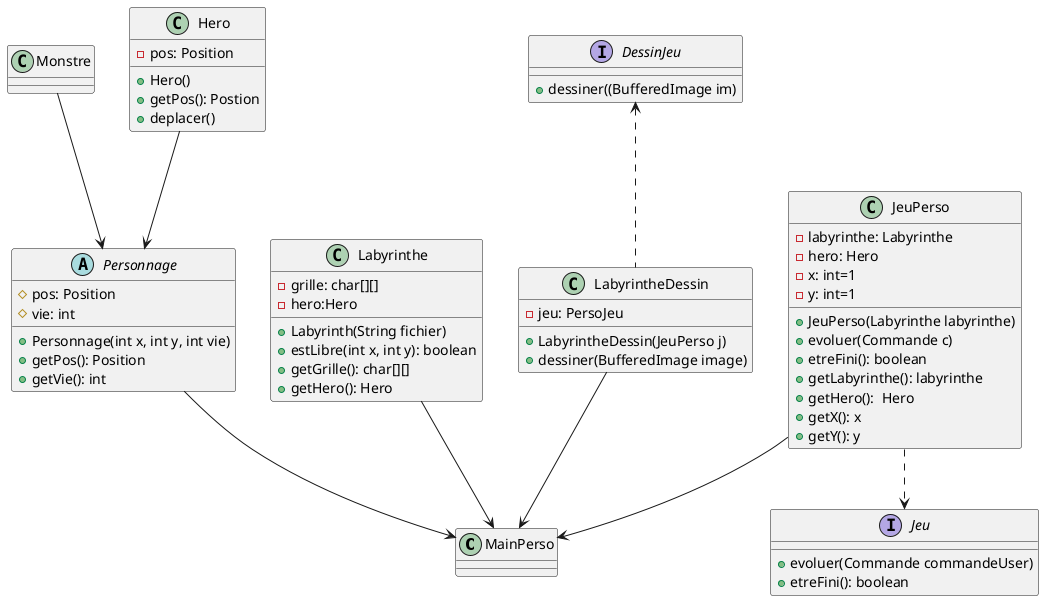
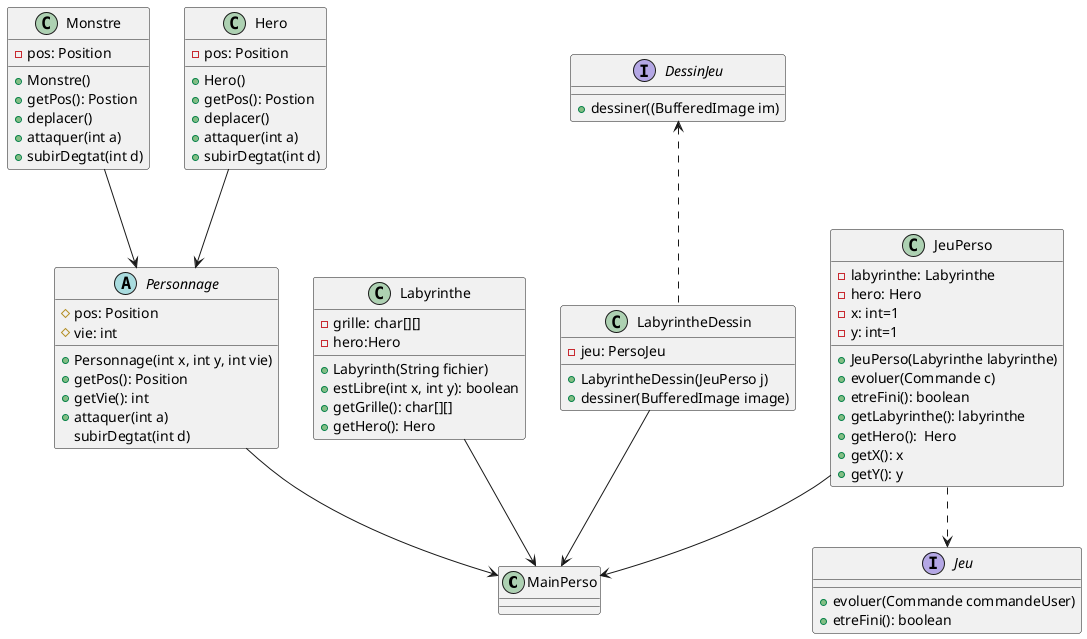
@startuml
'https://plantuml.com/class-diagram

class MainPerso

interface Jeu{
+evoluer(Commande commandeUser)
+etreFini(): boolean
}

class Monstre{
+ -pos: Position
+ +Monstre()
+ +getPos(): Postion
+ +deplacer()
+ +attaquer(int a)
+ +subirDegtat(int d)
}

abstract Personnage{
#pos: Position
#vie: int
+Personnage(int x, int y, int vie)
+getPos(): Position
+getVie(): int
+ +attaquer(int a)
+ subirDegtat(int d)
}

class Hero{
-pos: Position
+Hero()
+getPos(): Postion
+deplacer()
+ +attaquer(int a)
+ +subirDegtat(int d)
}

class Labyrinthe{
-grille: char[][]
-hero:Hero
+Labyrinth(String fichier)
+estLibre(int x, int y): boolean
+getGrille(): char[][]
+getHero(): Hero
}

class LabyrintheDessin{
-jeu: PersoJeu
+LabyrintheDessin(JeuPerso j)
+dessiner(BufferedImage image)
}

interface DessinJeu{
+dessiner((BufferedImage im)
}

class JeuPerso{
-labyrinthe: Labyrinthe
-hero: Hero
-x: int=1
-y: int=1
+JeuPerso(Labyrinthe labyrinthe)
+evoluer(Commande c)
+etreFini(): boolean
+getLabyrinthe(): labyrinthe
+getHero():  Hero
+getX(): x
+getY(): y
}

Hero --> Personnage
Monstre--> Personnage
Personnage --> MainPerso
Labyrinthe --> MainPerso

JeuPerso..>Jeu
LabyrintheDessin-->MainPerso
JeuPerso-->MainPerso

DessinJeu<.. LabyrintheDessin


@enduml